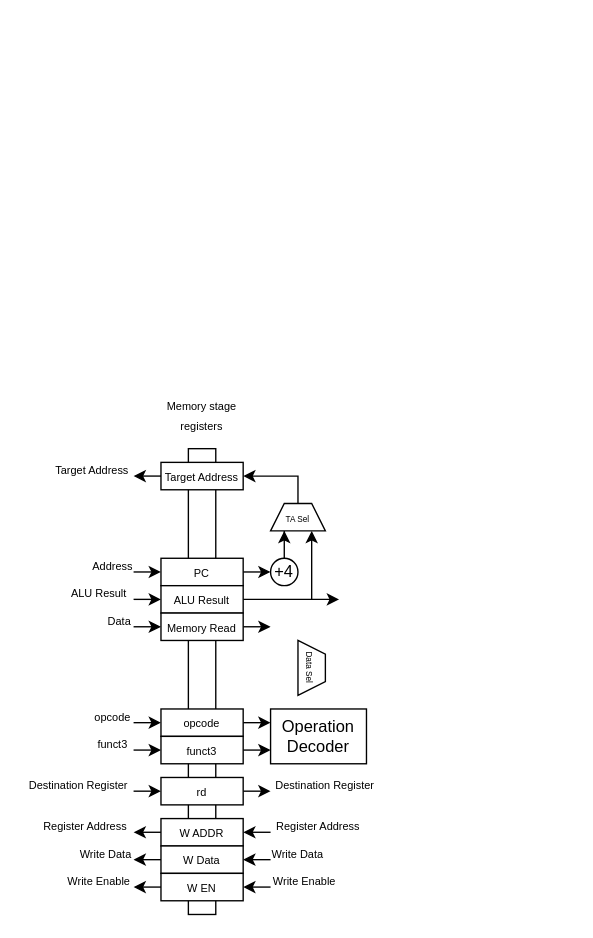
WachirawichN/C0-CPU keeps this draw.io diagram as page "Writeback stage" (6 of 6) of docs/imgs/microarchitecture/multi-cycle_datapath.drawio. Above is the earlier version. Source tidied: cells renumbered, new cells numbered last; positions are measured from the earlier drawing's top-left corner, leaving out a move shared by most shapes. Both pictures are drawn from the tidied source at 137%, with x=0, y=0 at pixel (23, 393).
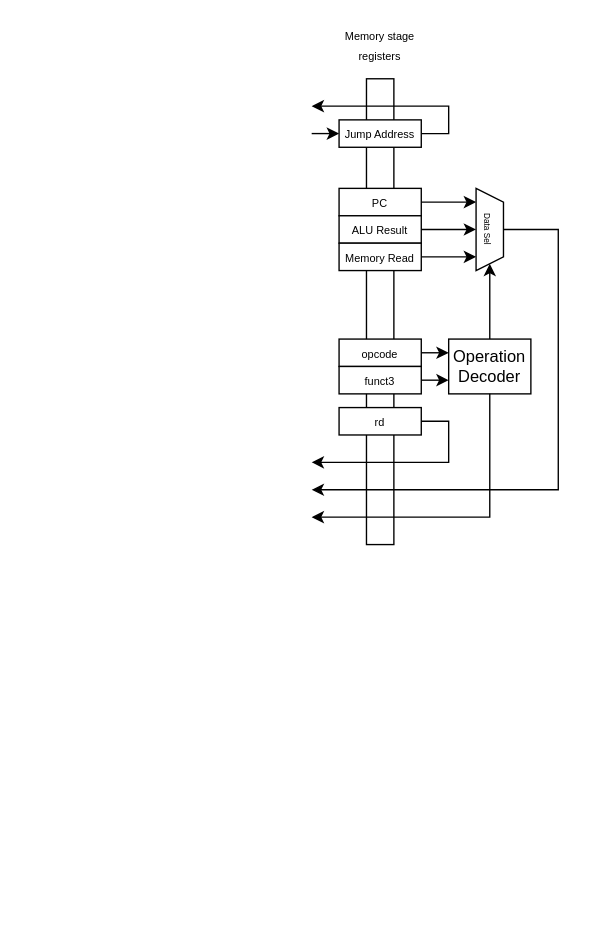
The same page after the edit.

Commit message (it also covers changes not shown here):
Finished memory stage.

Change to the diagram source:
```diff
@@
-    <mxCell id="2" style="endArrow=classic;html=1;rounded=0;" parent="1" edge="1">
-      <mxGeometry relative="1" as="geometry">
-        <mxPoint x="180" y="320" as="sourcePoint" />
-        <mxPoint x="160" y="320" as="targetPoint" />
-      </mxGeometry>
-    </mxCell>
-    <mxCell id="3" style="endArrow=classic;html=1;rounded=0;entryX=1;entryY=0.5;entryDx=0;entryDy=0;" parent="1" edge="1" target="26">
-      <mxGeometry relative="1" as="geometry">
-        <mxPoint x="180" y="340" as="sourcePoint" />
-      </mxGeometry>
-    </mxCell>
-    <mxCell id="4" style="endArrow=classic;html=1;rounded=0;entryX=1;entryY=0.5;entryDx=0;entryDy=0;" parent="1" edge="1" target="27">
-      <mxGeometry relative="1" as="geometry">
-        <mxPoint x="180" y="360" as="sourcePoint" />
-      </mxGeometry>
-    </mxCell>
-    <mxCell id="5" style="endArrow=classic;html=1;rounded=0;exitX=1;exitY=0.5;exitDx=0;exitDy=0;" parent="1" edge="1" source="22">
-      <mxGeometry relative="1" as="geometry">
-        <mxPoint x="180" y="290" as="targetPoint" />
-      </mxGeometry>
-    </mxCell>
-    <mxCell id="6" style="endArrow=classic;html=1;rounded=0;exitX=1;exitY=0.5;exitDx=0;exitDy=0;" parent="1" edge="1" source="21">
-      <mxGeometry relative="1" as="geometry">
-        <mxPoint x="180" y="260" as="targetPoint" />
-      </mxGeometry>
-    </mxCell>
-    <mxCell id="7" style="endArrow=classic;html=1;rounded=0;exitX=1;exitY=0.5;exitDx=0;exitDy=0;" parent="1" edge="1" source="20">
-      <mxGeometry relative="1" as="geometry">
-        <mxPoint x="180" y="240" as="targetPoint" />
-      </mxGeometry>
-    </mxCell>
-    <mxCell id="8" style="endArrow=classic;html=1;rounded=0;exitX=1;exitY=0.5;exitDx=0;exitDy=0;" parent="1" edge="1" source="28">
-      <mxGeometry relative="1" as="geometry">
-        <mxPoint x="180" y="170" as="targetPoint" />
-      </mxGeometry>
-    </mxCell>
-    <mxCell id="9" style="endArrow=classic;html=1;rounded=0;exitX=1;exitY=0.5;exitDx=0;exitDy=0;" parent="1" edge="1" source="23">
-      <mxGeometry relative="1" as="geometry">
-        <mxPoint x="230" y="150" as="targetPoint" />
-      </mxGeometry>
-    </mxCell>
-    <mxCell id="10" style="endArrow=classic;html=1;rounded=0;entryX=1;entryY=0.5;entryDx=0;entryDy=0;exitX=0.5;exitY=0;exitDx=0;exitDy=0;" parent="1" edge="1" source="51" target="24">
-      <mxGeometry relative="1" as="geometry">
-        <Array as="points">
-          <mxPoint x="200" y="60" />
-        </Array>
-      </mxGeometry>
-    </mxCell>
-    <mxCell id="11" value="&lt;font style=&quot;font-size: 8px;&quot;&gt;Destination Register&lt;/font&gt;" style="text;html=1;whiteSpace=wrap;strokeColor=none;fillColor=none;align=center;verticalAlign=middle;rounded=0;" parent="1" vertex="1">
-      <mxGeometry x="180" y="280" width="80" height="10" as="geometry" />
-    </mxCell>
-    <mxCell id="12" value="&lt;font style=&quot;font-size: 8px;&quot;&gt;Register Address&lt;/font&gt;" style="text;html=1;whiteSpace=wrap;strokeColor=none;fillColor=none;align=center;verticalAlign=middle;rounded=0;" parent="1" vertex="1">
-      <mxGeometry x="180" y="310" width="70" height="10" as="geometry" />
-    </mxCell>
-    <mxCell id="13" value="&lt;font style=&quot;font-size: 8px;&quot;&gt;Write Data&lt;/font&gt;" style="text;html=1;whiteSpace=wrap;strokeColor=none;fillColor=none;align=center;verticalAlign=middle;rounded=0;" parent="1" vertex="1">
-      <mxGeometry x="180" y="330" width="40" height="10" as="geometry" />
-    </mxCell>
-    <mxCell id="14" value="&lt;font style=&quot;font-size: 8px;&quot;&gt;Write Enable&lt;/font&gt;" style="text;html=1;whiteSpace=wrap;strokeColor=none;fillColor=none;align=center;verticalAlign=middle;rounded=0;" parent="1" vertex="1">
-      <mxGeometry x="180" y="350" width="50" height="10" as="geometry" />
-    </mxCell>
-    <mxCell id="15" style="endArrow=classic;html=1;rounded=0;entryX=0;entryY=1;entryDx=0;entryDy=0;exitX=1;exitY=0.5;exitDx=0;exitDy=0;" parent="1" edge="1" source="19">
-      <mxGeometry relative="1" as="geometry">
-        <mxPoint x="180" y="130" as="targetPoint" />
-      </mxGeometry>
-    </mxCell>
-    <mxCell id="16" style="group;" parent="1" vertex="1">
-      <mxGeometry x="100" width="60" height="380" as="geometry" />
-    </mxCell>
+    <mxCell id="55" style="group;" parent="1" vertex="1">
+      <mxGeometry x="230" y="-270" width="60" height="380" as="geometry" />
+    </mxCell>
-    <mxCell id="17" value="&lt;font style=&quot;font-size: 8px;&quot;&gt;Memory stage registers&lt;/font&gt;" style="text;html=1;whiteSpace=wrap;strokeColor=none;fillColor=none;align=center;verticalAlign=middle;rounded=0;" parent="16" vertex="1">
+    <mxCell id="17" value="&lt;font style=&quot;font-size: 8px;&quot;&gt;Memory stage registers&lt;/font&gt;" style="text;html=1;whiteSpace=wrap;strokeColor=none;fillColor=none;align=center;verticalAlign=middle;rounded=0;" parent="55" vertex="1">
       <mxGeometry width="60" height="30" as="geometry" />
     </mxCell>
-    <mxCell id="18" style="rounded=0;whiteSpace=wrap;html=1;strokeColor=light-dark(#000000,#FFFFFF);fillColor=light-dark(#FFFFFF,#000000);" parent="16" vertex="1">
+    <mxCell id="18" style="rounded=0;whiteSpace=wrap;html=1;strokeColor=light-dark(#000000,#FFFFFF);fillColor=light-dark(#FFFFFF,#000000);" parent="55" vertex="1">
       <mxGeometry x="20" y="40" width="20" height="340" as="geometry" />
     </mxCell>
-    <mxCell id="19" value="&lt;span style=&quot;font-size: 8px;&quot;&gt;PC&lt;/span&gt;" style="rounded=0;whiteSpace=wrap;html=1;strokeColor=light-dark(#000000,#FFFFFF);fillColor=light-dark(#FFFFFF,#000000);" parent="16" vertex="1">
+    <mxCell id="19" value="&lt;span style=&quot;font-size: 8px;&quot;&gt;PC&lt;/span&gt;" style="rounded=0;whiteSpace=wrap;html=1;strokeColor=light-dark(#000000,#FFFFFF);fillColor=light-dark(#FFFFFF,#000000);" parent="55" vertex="1">
       <mxGeometry y="120" width="60" height="20" as="geometry" />
     </mxCell>
-    <mxCell id="20" value="&lt;font style=&quot;font-size: 8px;&quot;&gt;opcode&lt;/font&gt;" style="rounded=0;whiteSpace=wrap;html=1;strokeColor=light-dark(#000000,#FFFFFF);fillColor=light-dark(#FFFFFF,#000000);" parent="16" vertex="1">
+    <mxCell id="20" value="&lt;font style=&quot;font-size: 8px;&quot;&gt;opcode&lt;/font&gt;" style="rounded=0;whiteSpace=wrap;html=1;strokeColor=light-dark(#000000,#FFFFFF);fillColor=light-dark(#FFFFFF,#000000);" parent="55" vertex="1">
       <mxGeometry y="230" width="60" height="20" as="geometry" />
     </mxCell>
-    <mxCell id="21" value="&lt;font style=&quot;font-size: 8px;&quot;&gt;funct3&lt;/font&gt;" style="rounded=0;whiteSpace=wrap;html=1;strokeColor=light-dark(#000000,#FFFFFF);fillColor=light-dark(#FFFFFF,#000000);" parent="16" vertex="1">
+    <mxCell id="21" value="&lt;font style=&quot;font-size: 8px;&quot;&gt;funct3&lt;/font&gt;" style="rounded=0;whiteSpace=wrap;html=1;strokeColor=light-dark(#000000,#FFFFFF);fillColor=light-dark(#FFFFFF,#000000);" parent="55" vertex="1">
       <mxGeometry y="250" width="60" height="20" as="geometry" />
     </mxCell>
-    <mxCell id="22" value="&lt;div&gt;&lt;font style=&quot;font-size: 8px;&quot;&gt;rd&lt;/font&gt;&lt;/div&gt;" style="rounded=0;whiteSpace=wrap;html=1;strokeColor=light-dark(#000000,#FFFFFF);fillColor=light-dark(#FFFFFF,#000000);" parent="16" vertex="1">
+    <mxCell id="22" value="&lt;div&gt;&lt;font style=&quot;font-size: 8px;&quot;&gt;rd&lt;/font&gt;&lt;/div&gt;" style="rounded=0;whiteSpace=wrap;html=1;strokeColor=light-dark(#000000,#FFFFFF);fillColor=light-dark(#FFFFFF,#000000);" parent="55" vertex="1">
       <mxGeometry y="280" width="60" height="20" as="geometry" />
     </mxCell>
-    <mxCell id="23" value="&lt;span style=&quot;font-size: 8px;&quot;&gt;ALU Result&lt;/span&gt;" style="rounded=0;whiteSpace=wrap;html=1;strokeColor=light-dark(#000000,#FFFFFF);fillColor=light-dark(#FFFFFF,#000000);" parent="16" vertex="1">
+    <mxCell id="23" value="&lt;span style=&quot;font-size: 8px;&quot;&gt;ALU Result&lt;/span&gt;" style="rounded=0;whiteSpace=wrap;html=1;strokeColor=light-dark(#000000,#FFFFFF);fillColor=light-dark(#FFFFFF,#000000);" parent="55" vertex="1">
       <mxGeometry y="140" width="60" height="20" as="geometry" />
     </mxCell>
-    <mxCell id="24" value="&lt;font style=&quot;font-size: 8px;&quot;&gt;Target Address&lt;/font&gt;" style="rounded=0;whiteSpace=wrap;html=1;strokeColor=light-dark(#000000,#FFFFFF);fillColor=light-dark(#FFFFFF,#000000);" parent="16" vertex="1">
-      <mxGeometry y="50" width="60" height="20" as="geometry" />
-    </mxCell>
-    <mxCell id="25" value="&lt;font style=&quot;font-size: 8px;&quot;&gt;W ADDR&lt;/font&gt;" style="rounded=0;whiteSpace=wrap;html=1;strokeColor=light-dark(#000000,#FFFFFF);fillColor=light-dark(#FFFFFF,#000000);" parent="16" vertex="1">
-      <mxGeometry y="310" width="60" height="20" as="geometry" />
-    </mxCell>
-    <mxCell id="26" value="&lt;font style=&quot;font-size: 8px;&quot;&gt;W Data&lt;/font&gt;" style="rounded=0;whiteSpace=wrap;html=1;strokeColor=light-dark(#000000,#FFFFFF);fillColor=light-dark(#FFFFFF,#000000);" parent="16" vertex="1">
-      <mxGeometry y="330" width="60" height="20" as="geometry" />
-    </mxCell>
-    <mxCell id="27" value="&lt;font style=&quot;font-size: 8px;&quot;&gt;W EN&lt;/font&gt;" style="rounded=0;whiteSpace=wrap;html=1;strokeColor=light-dark(#000000,#FFFFFF);fillColor=light-dark(#FFFFFF,#000000);" parent="16" vertex="1">
-      <mxGeometry y="350" width="60" height="20" as="geometry" />
-    </mxCell>
-    <mxCell id="28" value="&lt;font style=&quot;font-size: 8px;&quot;&gt;Memory Read&lt;/font&gt;" style="rounded=0;whiteSpace=wrap;html=1;strokeColor=light-dark(#000000,#FFFFFF);fillColor=light-dark(#FFFFFF,#000000);" parent="16" vertex="1">
+    <mxCell id="28" value="&lt;font style=&quot;font-size: 8px;&quot;&gt;Memory Read&lt;/font&gt;" style="rounded=0;whiteSpace=wrap;html=1;strokeColor=light-dark(#000000,#FFFFFF);fillColor=light-dark(#FFFFFF,#000000);" parent="55" vertex="1">
       <mxGeometry y="160" width="60" height="20" as="geometry" />
     </mxCell>
-    <mxCell id="29" style="endArrow=classic;html=1;rounded=0;entryX=1;entryY=1;entryDx=0;entryDy=0;exitX=0;exitY=0.5;exitDx=0;exitDy=0;" parent="1" edge="1" source="25" target="41">
-      <mxGeometry relative="1" as="geometry" />
-    </mxCell>
-    <mxCell id="30" style="endArrow=classic;html=1;rounded=0;entryX=1;entryY=1;entryDx=0;entryDy=0;exitX=0;exitY=0.5;exitDx=0;exitDy=0;" parent="1" edge="1" source="26" target="42">
-      <mxGeometry relative="1" as="geometry" />
-    </mxCell>
-    <mxCell id="31" style="endArrow=classic;html=1;rounded=0;entryX=1;entryY=1;entryDx=0;entryDy=0;exitX=0;exitY=0.5;exitDx=0;exitDy=0;" parent="1" edge="1" source="27" target="43">
-      <mxGeometry relative="1" as="geometry" />
-    </mxCell>
-    <mxCell id="32" style="endArrow=classic;html=1;rounded=0;exitX=1;exitY=1;exitDx=0;exitDy=0;entryX=0;entryY=0.5;entryDx=0;entryDy=0;" parent="1" edge="1" source="40" target="22">
-      <mxGeometry relative="1" as="geometry" />
-    </mxCell>
-    <mxCell id="33" style="endArrow=classic;html=1;rounded=0;entryX=0;entryY=0.5;entryDx=0;entryDy=0;exitX=1;exitY=1;exitDx=0;exitDy=0;" parent="1" edge="1" source="39" target="21">
-      <mxGeometry relative="1" as="geometry" />
-    </mxCell>
-    <mxCell id="34" style="endArrow=classic;html=1;rounded=0;entryX=0;entryY=0.5;entryDx=0;entryDy=0;exitX=1;exitY=1;exitDx=0;exitDy=0;" parent="1" edge="1" source="38" target="20">
-      <mxGeometry relative="1" as="geometry" />
-    </mxCell>
-    <mxCell id="35" style="endArrow=classic;html=1;rounded=0;entryX=0;entryY=0.5;entryDx=0;entryDy=0;exitX=1;exitY=1;exitDx=0;exitDy=0;" parent="1" edge="1" source="45" target="28">
-      <mxGeometry relative="1" as="geometry" />
-    </mxCell>
-    <mxCell id="36" style="endArrow=classic;html=1;rounded=0;entryX=0;entryY=0.5;entryDx=0;entryDy=0;exitX=1;exitY=1;exitDx=0;exitDy=0;" parent="1" edge="1" source="44" target="23">
-      <mxGeometry relative="1" as="geometry" />
-    </mxCell>
-    <mxCell id="37" style="endArrow=classic;html=1;rounded=0;entryX=1;entryY=1;entryDx=0;entryDy=0;exitX=0;exitY=0.5;exitDx=0;exitDy=0;" parent="1" edge="1" source="24" target="46">
-      <mxGeometry relative="1" as="geometry" />
-    </mxCell>
-    <mxCell id="38" value="&lt;font style=&quot;font-size: 8px;&quot;&gt;opcode&lt;/font&gt;" style="text;html=1;whiteSpace=wrap;strokeColor=none;fillColor=none;align=center;verticalAlign=middle;rounded=0;" parent="1" vertex="1">
-      <mxGeometry x="50" y="230" width="30" height="10" as="geometry" />
-    </mxCell>
-    <mxCell id="39" value="&lt;font style=&quot;font-size: 8px;&quot;&gt;funct3&lt;/font&gt;" style="text;html=1;whiteSpace=wrap;strokeColor=none;fillColor=none;align=center;verticalAlign=middle;rounded=0;" parent="1" vertex="1">
-      <mxGeometry x="50" y="250" width="30" height="10" as="geometry" />
-    </mxCell>
-    <mxCell id="40" value="&lt;font style=&quot;font-size: 8px;&quot;&gt;Destination Register&lt;/font&gt;" style="text;html=1;whiteSpace=wrap;strokeColor=none;fillColor=none;align=center;verticalAlign=middle;rounded=0;" parent="1" vertex="1">
-      <mxGeometry y="280" width="80" height="10" as="geometry" />
-    </mxCell>
-    <mxCell id="41" value="&lt;font style=&quot;font-size: 8px;&quot;&gt;Register Address&lt;/font&gt;" style="text;html=1;whiteSpace=wrap;strokeColor=none;fillColor=none;align=center;verticalAlign=middle;rounded=0;" parent="1" vertex="1">
-      <mxGeometry x="10" y="310" width="70" height="10" as="geometry" />
-    </mxCell>
-    <mxCell id="42" value="&lt;font style=&quot;font-size: 8px;&quot;&gt;Write Data&lt;/font&gt;" style="text;html=1;whiteSpace=wrap;strokeColor=none;fillColor=none;align=center;verticalAlign=middle;rounded=0;" parent="1" vertex="1">
-      <mxGeometry x="40" y="330" width="40" height="10" as="geometry" />
-    </mxCell>
-    <mxCell id="43" value="&lt;font style=&quot;font-size: 8px;&quot;&gt;Write Enable&lt;/font&gt;" style="text;html=1;whiteSpace=wrap;strokeColor=none;fillColor=none;align=center;verticalAlign=middle;rounded=0;" parent="1" vertex="1">
-      <mxGeometry x="30" y="350" width="50" height="10" as="geometry" />
-    </mxCell>
-    <mxCell id="44" value="&lt;font style=&quot;font-size: 8px;&quot;&gt;ALU Result&lt;/font&gt;" style="text;html=1;whiteSpace=wrap;strokeColor=none;fillColor=none;align=center;verticalAlign=middle;rounded=0;" parent="1" vertex="1">
-      <mxGeometry x="30" y="140" width="50" height="10" as="geometry" />
-    </mxCell>
-    <mxCell id="45" value="&lt;font style=&quot;font-size: 8px;&quot;&gt;Data&lt;/font&gt;" style="text;html=1;whiteSpace=wrap;strokeColor=none;fillColor=none;align=center;verticalAlign=middle;rounded=0;" parent="1" vertex="1">
-      <mxGeometry x="60" y="160" width="20" height="10" as="geometry" />
-    </mxCell>
-    <mxCell id="46" value="&lt;font style=&quot;font-size: 8px;&quot;&gt;Target Address&lt;/font&gt;" style="text;html=1;whiteSpace=wrap;strokeColor=none;fillColor=none;align=center;verticalAlign=middle;rounded=0;" parent="1" vertex="1">
-      <mxGeometry x="20" y="50" width="60" height="10" as="geometry" />
-    </mxCell>
-    <mxCell id="47" style="endArrow=classic;html=1;rounded=0;entryX=0;entryY=0.5;entryDx=0;entryDy=0;exitX=1;exitY=1;exitDx=0;exitDy=0;" parent="1" edge="1" source="48" target="19">
-      <mxGeometry relative="1" as="geometry" />
-    </mxCell>
-    <mxCell id="48" value="&lt;font style=&quot;font-size: 8px;&quot;&gt;Address&lt;/font&gt;" style="text;html=1;whiteSpace=wrap;strokeColor=none;fillColor=none;align=center;verticalAlign=middle;rounded=0;" parent="1" vertex="1">
-      <mxGeometry x="50" y="120" width="30" height="10" as="geometry" />
-    </mxCell>
+    <mxCell id="56" style="edgeStyle=orthogonalEdgeStyle;rounded=0;jettySize=auto;html=1;" parent="55" edge="1" source="57">
+      <mxGeometry relative="1" as="geometry">
+        <mxPoint x="-20" y="60" as="targetPoint" />
+        <Array as="points">
+          <mxPoint x="80" y="80" />
+          <mxPoint x="80" y="60" />
+        </Array>
+      </mxGeometry>
+    </mxCell>
+    <mxCell id="57" value="&lt;span style=&quot;font-size: 8px;&quot;&gt;Jump Address&lt;/span&gt;" style="rounded=0;whiteSpace=wrap;html=1;strokeColor=light-dark(#000000,#FFFFFF);fillColor=light-dark(#FFFFFF,#000000);" parent="55" vertex="1">
+      <mxGeometry y="70" width="60" height="20" as="geometry" />
+    </mxCell>
+    <mxCell id="58" style="endArrow=classic;html=1;rounded=0;exitX=1;exitY=0.5;exitDx=0;exitDy=0;" parent="55" edge="1" source="22">
+      <mxGeometry relative="1" as="geometry">
+        <mxPoint x="-20" y="320" as="targetPoint" />
+        <Array as="points">
+          <mxPoint x="80" y="290" />
+          <mxPoint x="80" y="320" />
+        </Array>
+      </mxGeometry>
+    </mxCell>
+    <mxCell id="59" style="endArrow=classic;html=1;rounded=0;entryX=0;entryY=0.5;entryDx=0;entryDy=0;" parent="1" edge="1" target="57">
+      <mxGeometry relative="1" as="geometry">
+        <mxPoint x="210" y="-190" as="sourcePoint" />
+      </mxGeometry>
+    </mxCell>
+    <mxCell id="50" value="&lt;font style=&quot;font-size: 6px;&quot;&gt;Data Sel&lt;/font&gt;" style="shape=trapezoid;perimeter=trapezoidPerimeter;whiteSpace=wrap;html=1;fixedSize=1;size=10;rotation=90;" parent="1" vertex="1">
+      <mxGeometry x="310" y="-130" width="60" height="20" as="geometry" />
+    </mxCell>
+    <mxCell id="60" style="endArrow=classic;html=1;rounded=0;exitX=1;exitY=0.5;exitDx=0;exitDy=0;entryX=0.167;entryY=1;entryDx=0;entryDy=0;entryPerimeter=0;" parent="1" edge="1" source="19" target="50">
+      <mxGeometry relative="1" as="geometry" />
+    </mxCell>
+    <mxCell id="61" style="endArrow=classic;html=1;rounded=0;exitX=1;exitY=0.5;exitDx=0;exitDy=0;entryX=0.5;entryY=1;entryDx=0;entryDy=0;" parent="1" edge="1" source="23" target="50">
+      <mxGeometry relative="1" as="geometry" />
+    </mxCell>
+    <mxCell id="62" style="endArrow=classic;html=1;rounded=0;exitX=1;exitY=0.5;exitDx=0;exitDy=0;entryX=0.833;entryY=1;entryDx=0;entryDy=0;entryPerimeter=0;" parent="1" edge="1" source="28" target="50">
+      <mxGeometry relative="1" as="geometry" />
+    </mxCell>
     <mxCell id="49" value="Operation Decoder" style="rounded=0;whiteSpace=wrap;html=1;" parent="1" vertex="1">
-      <mxGeometry x="180" y="230" width="70" height="40" as="geometry" />
+      <mxGeometry x="310" y="-40" width="60" height="40" as="geometry" />
     </mxCell>
-    <mxCell id="50" value="&lt;font style=&quot;font-size: 6px;&quot;&gt;Data Sel&lt;/font&gt;" style="shape=trapezoid;perimeter=trapezoidPerimeter;whiteSpace=wrap;html=1;fixedSize=1;size=10;rotation=90;" parent="1" vertex="1">
-      <mxGeometry x="190" y="190" width="40" height="20" as="geometry" />
-    </mxCell>
-    <mxCell id="51" value="&lt;font style=&quot;font-size: 6px;&quot;&gt;TA Sel&lt;/font&gt;" style="shape=trapezoid;perimeter=trapezoidPerimeter;whiteSpace=wrap;html=1;fixedSize=1;size=10;rotation=0;" parent="1" vertex="1">
-      <mxGeometry x="180" y="80" width="40" height="20" as="geometry" />
-    </mxCell>
-    <mxCell id="52" style="edgeStyle=orthogonalEdgeStyle;rounded=0;jettySize=auto;html=1;entryX=0.25;entryY=1;entryDx=0;entryDy=0;" parent="1" edge="1" source="53" target="51">
-      <mxGeometry relative="1" as="geometry" />
-    </mxCell>
-    <mxCell id="53" value="+4" style="ellipse;whiteSpace=wrap;html=1;" parent="1" vertex="1">
-      <mxGeometry x="180" y="120" width="20" height="20" as="geometry" />
-    </mxCell>
-    <mxCell id="54" style="endArrow=classic;html=1;rounded=0;entryX=0.75;entryY=1;entryDx=0;entryDy=0;" parent="1" edge="1" target="51">
-      <mxGeometry relative="1" as="geometry">
-        <mxPoint x="210" y="150" as="sourcePoint" />
-      </mxGeometry>
-    </mxCell>
+    <mxCell id="63" style="endArrow=classic;html=1;rounded=0;exitX=1;exitY=0.5;exitDx=0;exitDy=0;entryX=0;entryY=0.25;entryDx=0;entryDy=0;" parent="1" edge="1" source="20" target="49">
+      <mxGeometry relative="1" as="geometry" />
+    </mxCell>
+    <mxCell id="64" style="endArrow=classic;html=1;rounded=0;exitX=1;exitY=0.5;exitDx=0;exitDy=0;entryX=0;entryY=0.75;entryDx=0;entryDy=0;" parent="1" edge="1" source="21" target="49">
+      <mxGeometry relative="1" as="geometry" />
+    </mxCell>
+    <mxCell id="65" style="endArrow=classic;html=1;rounded=0;exitX=0.5;exitY=0;exitDx=0;exitDy=0;" parent="1" edge="1" source="49" target="50">
+      <mxGeometry relative="1" as="geometry" />
+    </mxCell>
+    <mxCell id="66" style="endArrow=classic;html=1;rounded=0;exitX=0.5;exitY=0;exitDx=0;exitDy=0;" parent="1" edge="1" source="50">
+      <mxGeometry relative="1" as="geometry">
+        <mxPoint x="210" y="70" as="targetPoint" />
+        <Array as="points">
+          <mxPoint x="390" y="-120" />
+          <mxPoint x="390" y="70" />
+        </Array>
+      </mxGeometry>
+    </mxCell>
+    <mxCell id="67" style="endArrow=classic;html=1;rounded=0;exitX=0.5;exitY=1;exitDx=0;exitDy=0;" parent="1" edge="1" source="49">
+      <mxGeometry relative="1" as="geometry">
+        <mxPoint x="210" y="90" as="targetPoint" />
+        <Array as="points">
+          <mxPoint x="340" y="90" />
+        </Array>
+      </mxGeometry>
+    </mxCell>
```
